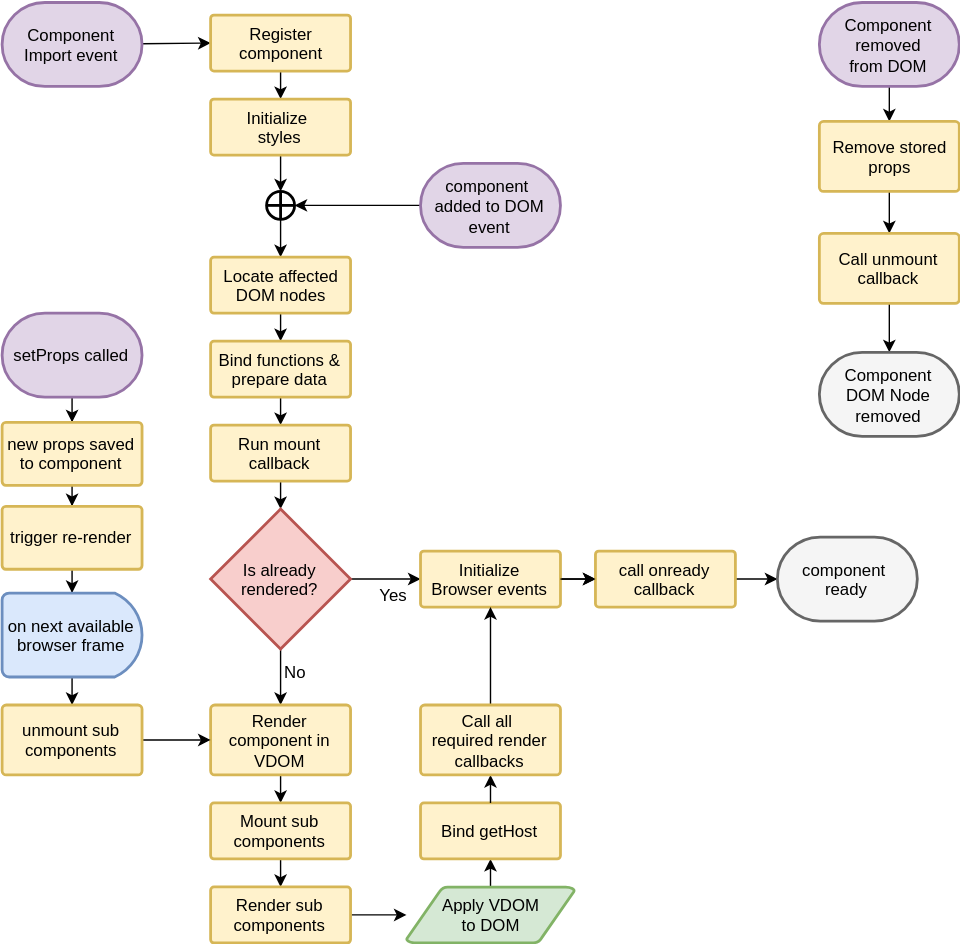
The draw.io diagram docsrc/_includes/lifecycle.svg in AndCake/zino, before a commit. Source tidied: cells renumbered, new cells last; positions are measured from the earlier drawing's top-left corner, leaving out a move shared by most shapes.
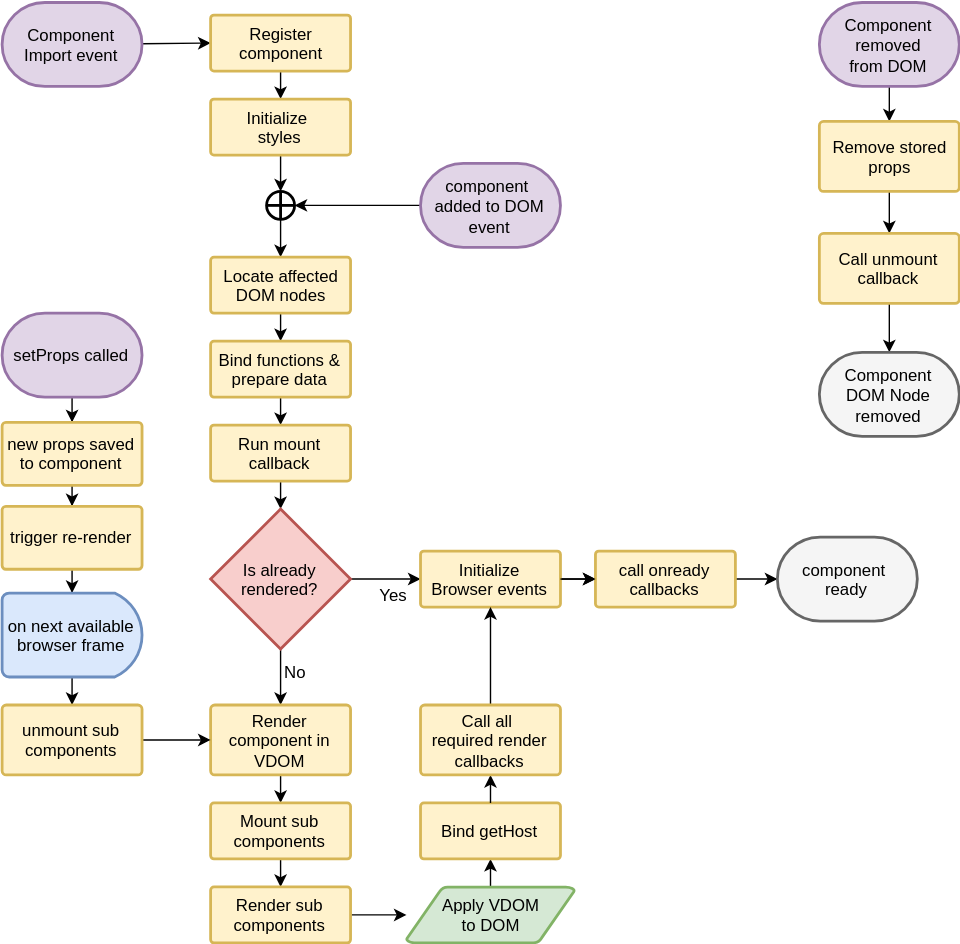
Above is the later version.

Change to the diagram source:
```diff
@@ -170,7 +170,7 @@
     <mxCell id="55" value="unmount sub components" style="strokeWidth=2;html=1;shape=mxgraph.flowchart.process;whiteSpace=wrap;fillColor=#fff2cc;strokeColor=#d6b656;" parent="1" vertex="1">
       <mxGeometry y="502" width="100" height="50" as="geometry" />
     </mxCell>
-    <mxCell id="56" value="call onready&lt;div&gt;callback&lt;/div&gt;" style="strokeWidth=2;html=1;shape=mxgraph.flowchart.process;whiteSpace=wrap;fillColor=#fff2cc;strokeColor=#d6b656;" parent="1" vertex="1">
+    <mxCell id="56" value="call onready&lt;div&gt;callbacks&lt;/div&gt;" style="strokeWidth=2;html=1;shape=mxgraph.flowchart.process;whiteSpace=wrap;fillColor=#fff2cc;strokeColor=#d6b656;" parent="1" vertex="1">
       <mxGeometry x="424" y="392" width="100" height="40" as="geometry" />
     </mxCell>
     <mxCell id="57" style="edgeStyle=none;rounded=0;html=1;jettySize=auto;" parent="1" edge="1" source="22" target="56">
```
